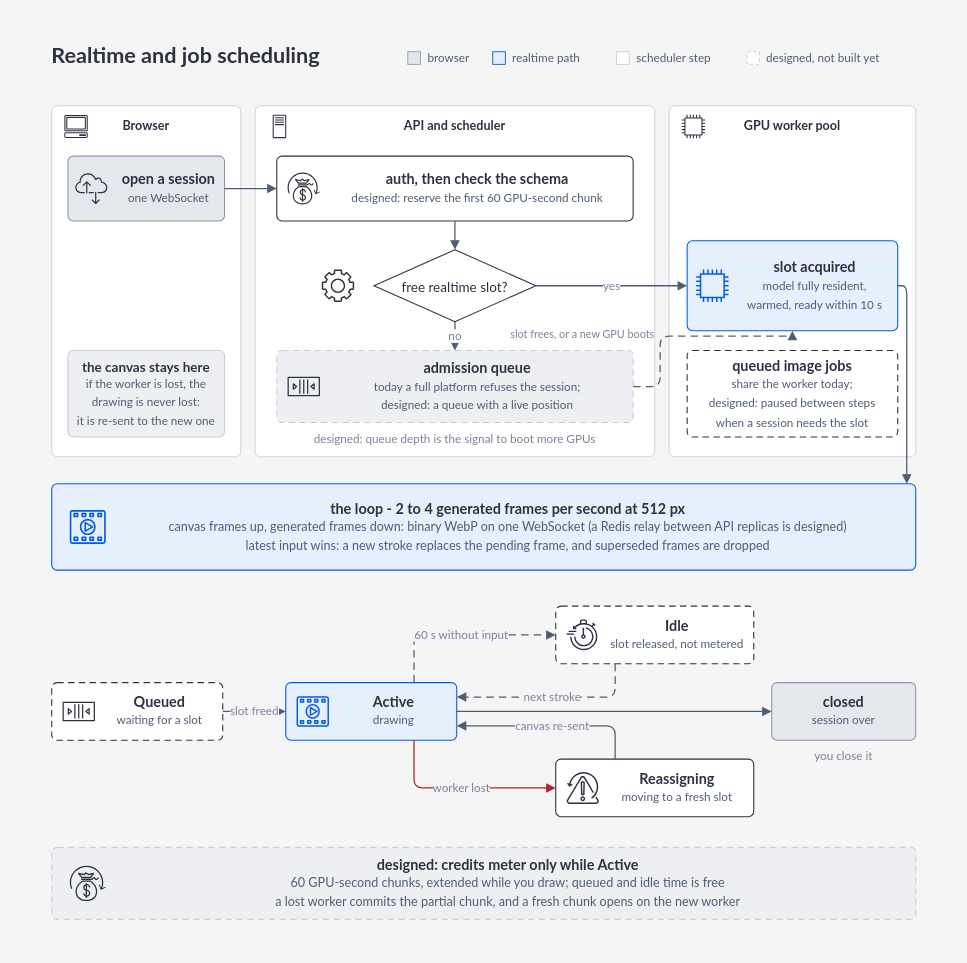
The draw.io diagram docs/figures/whitepaper/realtime-loop.drawio in Portocolom-Studio/potocolom, before the edit. Source tidied: cells renumbered, new cells numbered last; positions are measured from the earlier drawing's top-left corner, leaving out a move shared by most shapes. Both pictures are drawn from the tidied source at 90%, with x=0, y=0 at pixel (15, 15).
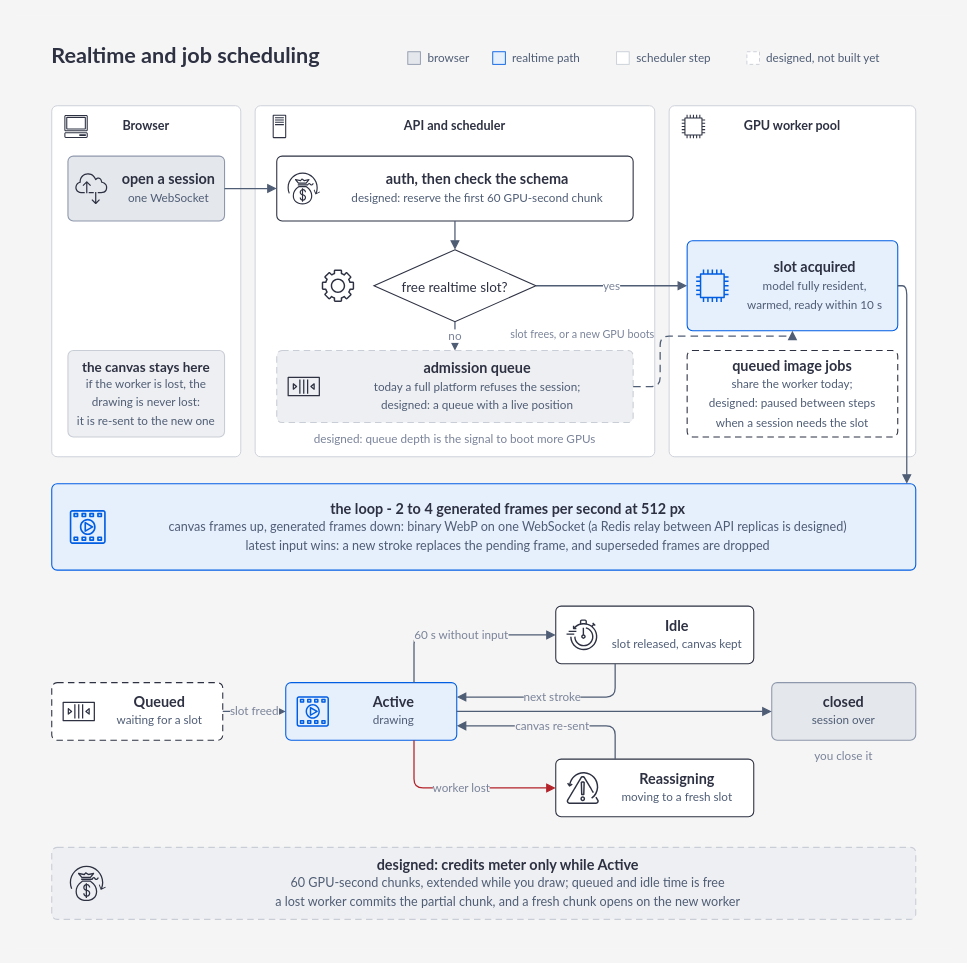
Above is the later version.

Commit message (it also covers changes not shown here):
docs: say idle release ships in the whitepaper and the blueprint

The change refers to these unchanged cells:
```xml
<mxCell id="44" value="&lt;b&gt;Active&lt;/b&gt;&lt;br&gt;&lt;span style=&quot;font-size:13px;font-weight:normal;color:#4f5d75;line-height:1.5&quot;&gt;drawing&lt;/span&gt;" style="rounded=1;absoluteArcSize=1;arcSize=12;whiteSpace=wrap;html=1;fillColor=#e6effc;strokeColor=#005ee3;strokeWidth=1.2;fontFamily=Lato;fontSize=16;fontColor=#2d3142;fontStyle=0;align=center;verticalAlign=middle;spacing=10;spacingLeft=50;" parent="1" vertex="1">
  <mxGeometry x="300" y="741" width="190" height="64" as="geometry" />
</mxCell>
```

The edit, as a diff of the source:
```diff
@@
-    <mxCell id="45" value="&lt;b&gt;Idle&lt;/b&gt;&lt;br&gt;&lt;span style=&quot;font-size:13px;font-weight:normal;color:#4f5d75;line-height:1.5&quot;&gt;slot released, not metered&lt;/span&gt;" style="rounded=1;absoluteArcSize=1;arcSize=12;whiteSpace=wrap;html=1;fillColor=#ffffff;strokeColor=#2d3142;dashed=1;dashPattern=6 4;strokeWidth=1.2;fontFamily=Lato;fontSize=16;fontColor=#2d3142;fontStyle=0;align=center;verticalAlign=middle;spacing=10;spacingLeft=50;" parent="1" vertex="1">
+    <mxCell id="45" value="&lt;b&gt;Idle&lt;/b&gt;&lt;br&gt;&lt;span style=&quot;font-size:13px;font-weight:normal;color:#4f5d75;line-height:1.5&quot;&gt;slot released, canvas kept&lt;/span&gt;" style="rounded=1;absoluteArcSize=1;arcSize=12;whiteSpace=wrap;html=1;fillColor=#ffffff;strokeColor=#2d3142;strokeWidth=1.2;fontFamily=Lato;fontSize=16;fontColor=#2d3142;fontStyle=0;align=center;verticalAlign=middle;spacing=10;spacingLeft=50;" parent="1" vertex="1">
       <mxGeometry x="600" y="656" width="220" height="64" as="geometry" />
     </mxCell>
@@
-    <mxCell id="54" value="60 s without input" style="edgeStyle=orthogonalEdgeStyle;rounded=1;html=1;strokeColor=#4f5d75;strokeWidth=1.4;fontFamily=Lato;fontSize=13;fontColor=#7a8399;labelBackgroundColor=#f5f5f5;endArrow=block;endFill=1;endSize=7;dashed=1;dashPattern=6 4;exitX=0.75;exitY=0;exitDx=0;exitDy=0;entryX=0;entryY=0.5;entryDx=0;entryDy=0;" parent="1" edge="1" source="44" target="45">
+    <mxCell id="54" value="60 s without input" style="edgeStyle=orthogonalEdgeStyle;rounded=1;html=1;strokeColor=#4f5d75;strokeWidth=1.4;fontFamily=Lato;fontSize=13;fontColor=#7a8399;labelBackgroundColor=#f5f5f5;endArrow=block;endFill=1;endSize=7;exitX=0.75;exitY=0;exitDx=0;exitDy=0;entryX=0;entryY=0.5;entryDx=0;entryDy=0;" parent="1" edge="1" source="44" target="45">
       <mxGeometry relative="1" as="geometry">
         <Array as="points">
           <mxPoint x="442" y="688" />
         </Array>
       </mxGeometry>
     </mxCell>
-    <mxCell id="55" value="next stroke" style="edgeStyle=orthogonalEdgeStyle;rounded=1;html=1;strokeColor=#4f5d75;strokeWidth=1.4;fontFamily=Lato;fontSize=13;fontColor=#7a8399;labelBackgroundColor=#f5f5f5;endArrow=block;endFill=1;endSize=7;dashed=1;dashPattern=6 4;exitX=0.3;exitY=1;exitDx=0;exitDy=0;entryX=1;entryY=0.25;entryDx=0;entryDy=0;" parent="1" edge="1" source="45" target="44">
+    <mxCell id="55" value="next stroke" style="edgeStyle=orthogonalEdgeStyle;rounded=1;html=1;strokeColor=#4f5d75;strokeWidth=1.4;fontFamily=Lato;fontSize=13;fontColor=#7a8399;labelBackgroundColor=#f5f5f5;endArrow=block;endFill=1;endSize=7;exitX=0.3;exitY=1;exitDx=0;exitDy=0;entryX=1;entryY=0.25;entryDx=0;entryDy=0;" parent="1" edge="1" source="45" target="44">
       <mxGeometry relative="1" as="geometry">
         <Array as="points">
           <mxPoint x="666" y="757" />
         </Array>
       </mxGeometry>
     </mxCell>
```
